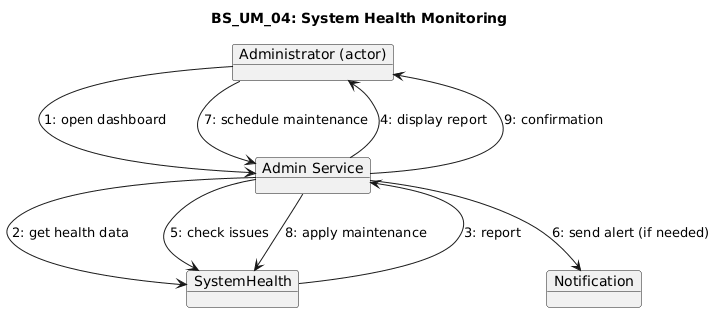
This is Diagrams/Collaboration Diagrams/BS_UM_04.png from erindkotobelli12/BankManagementSystem, a PlantUML export, as it was before one commit. Source of this version:
```plantuml
@startuml
title BS_UM_04: System Health Monitoring

object "Administrator (actor)" as Admin
object "Admin Service" as AC
object "SystemHealth" as SM
object "Notification" as NS

Admin --> AC : 1: open dashboard
AC --> SM : 2: get health data
SM --> AC : 3: report
AC --> Admin : 4: display report

AC --> SM : 5: check issues

AC --> NS : 6: send alert (if needed)

Admin --> AC : 7: schedule maintenance
AC --> SM : 8: apply maintenance
AC --> Admin : 9: confirmation
@enduml
```
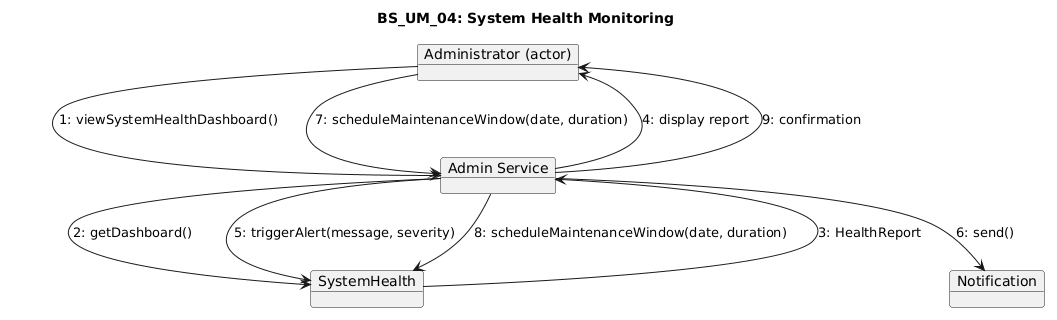
After the change.

The edit, as a diff of the source:
```diff
@@ -6,16 +6,16 @@
 object "SystemHealth" as SM
 object "Notification" as NS
 
-Admin --> AC : 1: open dashboard
-AC --> SM : 2: get health data
-SM --> AC : 3: report
+Admin --> AC : 1: viewSystemHealthDashboard()
+AC --> SM : 2: getDashboard()
+SM --> AC : 3: HealthReport
 AC --> Admin : 4: display report
 
-AC --> SM : 5: check issues
+AC --> SM : 5: triggerAlert(message, severity)
 
-AC --> NS : 6: send alert (if needed)
+AC --> NS : 6: send()
 
-Admin --> AC : 7: schedule maintenance
-AC --> SM : 8: apply maintenance
+Admin --> AC : 7: scheduleMaintenanceWindow(date, duration)
+AC --> SM : 8: scheduleMaintenanceWindow(date, duration)
 AC --> Admin : 9: confirmation
 @enduml
```
